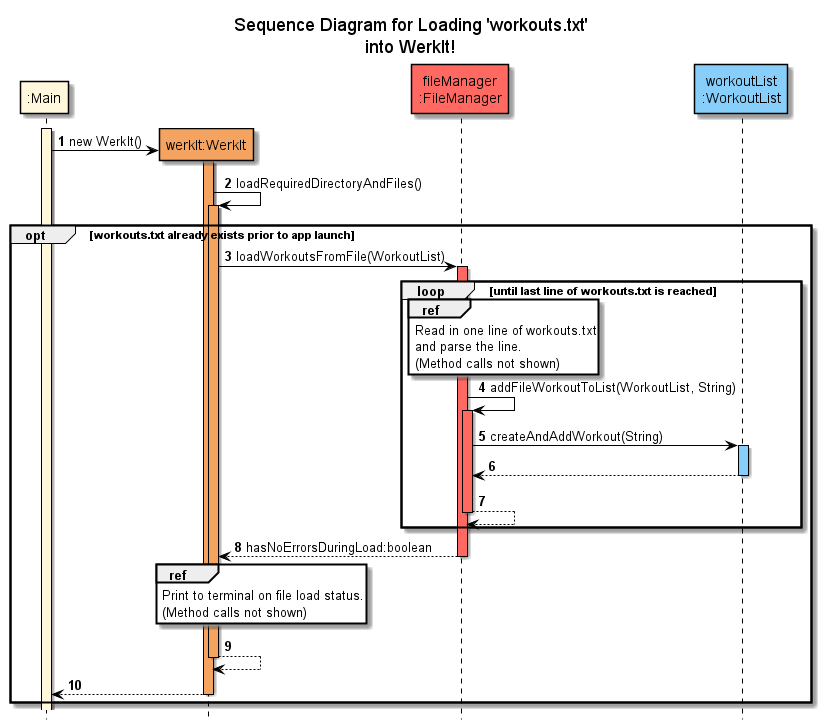
Above: docs/uml/sequenceDiagrams/storage/images/loadWorkoutsTxt.png in nus-cs2113-AY2122S2/tp (PlantUML), before the change.
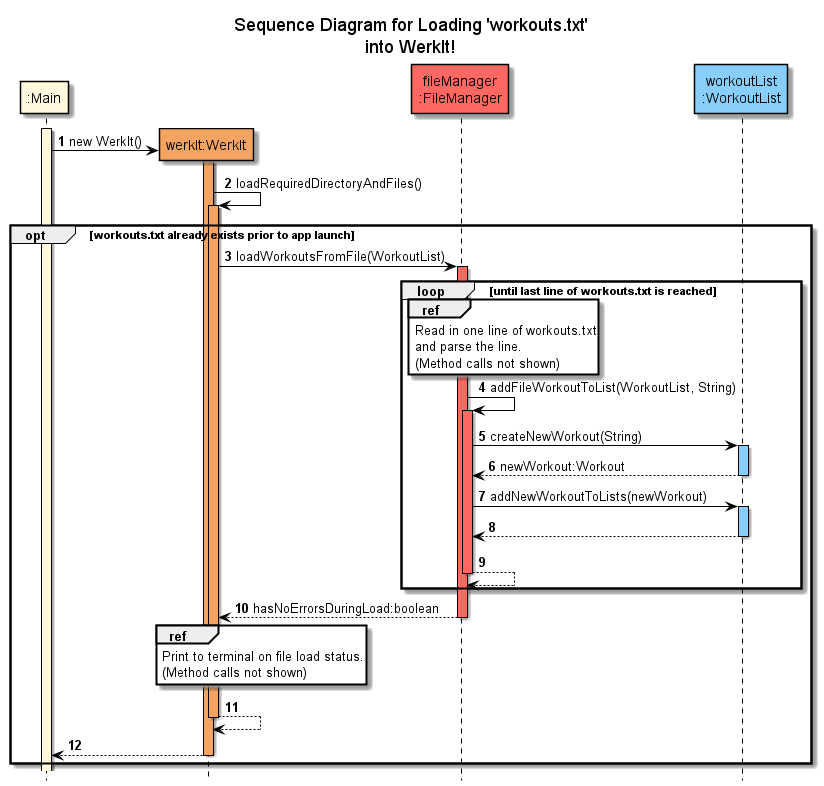
Later version of the same file.

Commit message:
Update more references to the old `WorkoutList#createAndAddWorkout()` method

What changed in the source:
```diff
@@ -31,7 +31,10 @@
 
 FileManager -> FileManager : addFileWorkoutToList(WorkoutList, String)
 activate FileManager COLOR_STORAGE
-FileManager -> WorkoutList : createAndAddWorkout(String)
+FileManager -> WorkoutList : createNewWorkout(String)
+activate WorkoutList COLOR_LOGIC
+return newWorkout:Workout
+FileManager -> WorkoutList : addNewWorkoutToLists(newWorkout)
 activate WorkoutList COLOR_LOGIC
 return
 return
```
